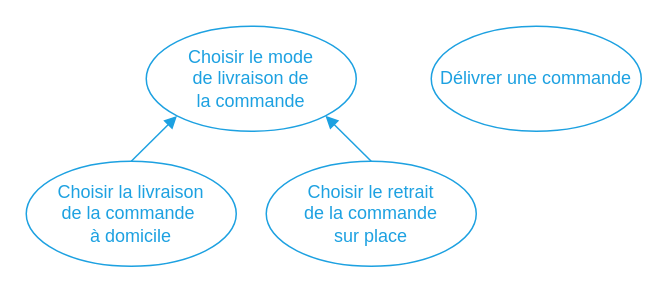
Above: img/figure_implicit-actions-delivery.dio in centvingt/OCPizzaRedaction (draw.io), before the change. Source tidied: cells renumbered, new cells numbered last; positions are measured from the earlier drawing's top-left corner, leaving out a move shared by most shapes. Both pictures are drawn from the tidied source at 150%, with x=0, y=0 at pixel (26, 26).
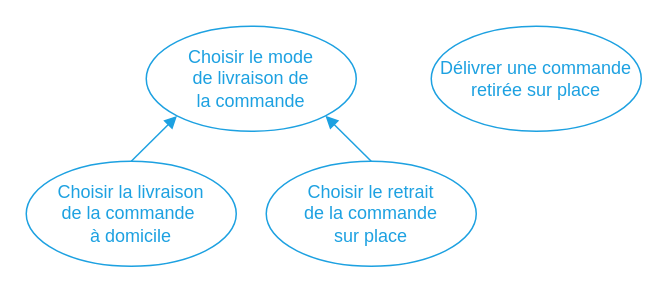
Above is the later version.

The edit, as a diff of the source:
```diff
@@
 <mxGraphModel>
   <root>
     <mxCell id="0" />
     <mxCell id="1" parent="0" />
     <mxCell id="2" value="&lt;font color=&quot;#1da1e1&quot;&gt;Choisir le mode &lt;br&gt;de livraison de &lt;br&gt;la commande&lt;/font&gt;" style="ellipse;whiteSpace=wrap;html=1;fillColor=none;strokeColor=#1DA1E1;" parent="1" vertex="1">
       <mxGeometry x="80" width="140" height="70" as="geometry" />
     </mxCell>
     <mxCell id="3" style="edgeStyle=none;rounded=0;jettySize=auto;html=1;exitX=0.5;exitY=0;exitDx=0;exitDy=0;entryX=0;entryY=1;entryDx=0;entryDy=0;endArrow=block;endFill=1;strokeColor=#1DA1E1;" parent="1" edge="1" source="4" target="2">
       <mxGeometry relative="1" as="geometry" />
     </mxCell>
     <mxCell id="4" value="&lt;font color=&quot;#1da1e1&quot;&gt;Choisir la livraison &lt;br&gt;de la commande&amp;nbsp;&lt;br&gt;à domicile&lt;/font&gt;" style="ellipse;whiteSpace=wrap;html=1;fillColor=none;strokeColor=#1DA1E1;" parent="1" vertex="1">
       <mxGeometry y="90" width="140" height="70" as="geometry" />
     </mxCell>
     <mxCell id="5" value="&lt;font color=&quot;#1da1e1&quot;&gt;Choisir le retrait &lt;br&gt;de la commande &lt;br&gt;sur place&lt;/font&gt;" style="ellipse;whiteSpace=wrap;html=1;fillColor=none;strokeColor=#1DA1E1;" parent="1" vertex="1">
       <mxGeometry x="160" y="90" width="140" height="70" as="geometry" />
     </mxCell>
     <mxCell id="6" style="rounded=0;jettySize=auto;html=1;endArrow=block;endFill=1;strokeColor=#1DA1E1;exitX=0.5;exitY=0;exitDx=0;exitDy=0;entryX=1;entryY=1;entryDx=0;entryDy=0;" parent="1" edge="1" source="5" target="2">
       <mxGeometry x="10" y="10" as="geometry" />
     </mxCell>
-    <mxCell id="7" value="&lt;font color=&quot;#1da1e1&quot;&gt;Délivrer une commande&lt;/font&gt;" style="ellipse;whiteSpace=wrap;html=1;fillColor=none;strokeColor=#1DA1E1;" parent="1" vertex="1">
+    <mxCell id="7" value="&lt;font color=&quot;#1da1e1&quot;&gt;Délivrer une commande&lt;br&gt;retirée sur place&lt;br&gt;&lt;/font&gt;" style="ellipse;whiteSpace=wrap;html=1;fillColor=none;strokeColor=#1DA1E1;" parent="1" vertex="1">
       <mxGeometry x="270" width="140" height="70" as="geometry" />
     </mxCell>
   </root>
 </mxGraphModel>
```
